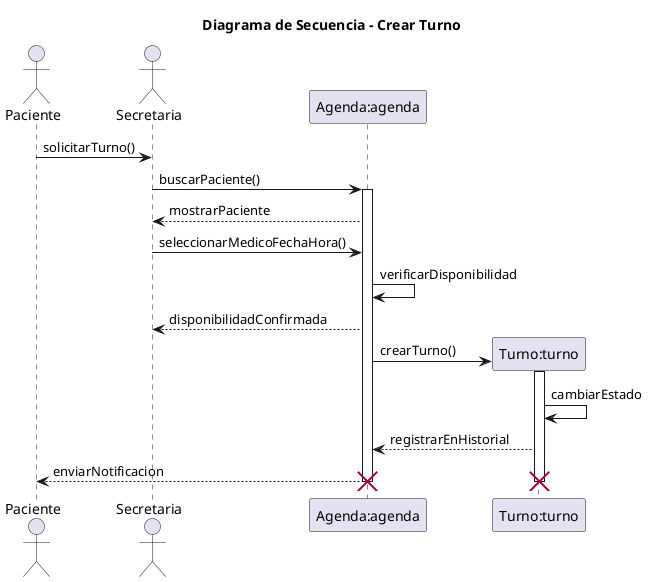
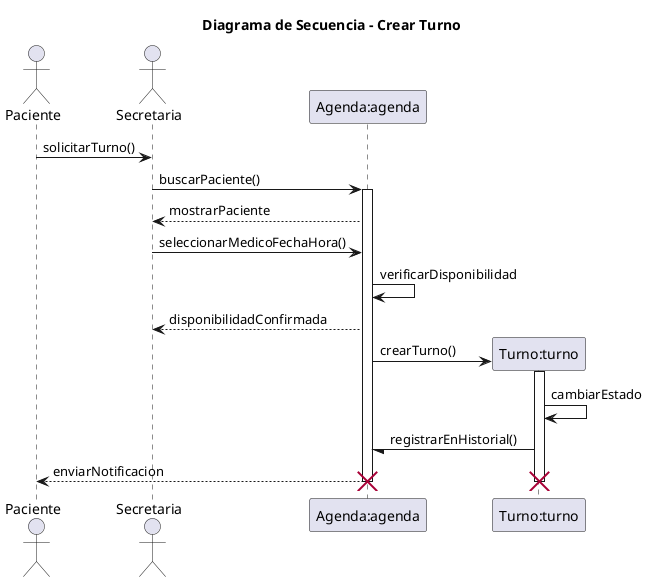
@startuml 05-secuencia-crear-turno-01

title Diagrama de Secuencia - Crear Turno
' Nombre del escenario: Crear Turno - Flujo Principal
' Archivo: diagramas/03-escenarios-casos-de-uso/03-crear-turno-flujo-principal.md
' Objetivo: Representar la creación exitosa de un turno de control médico, involucrando secretaria, paciente y sistema, basado en responsabilidades de CRC (Secretaria gestiona turnos, Agenda registra disponibilidad, Turno asigna a paciente y médico).

actor Paciente as paciente
actor Secretaria as secretaria
participant "Agenda:agenda" as agenda
participant "Turno:turno" as turno

paciente -> secretaria: solicitarTurno()

secretaria -> agenda: buscarPaciente()
activate agenda

agenda --> secretaria: mostrarPaciente
secretaria -> agenda: seleccionarMedicoFechaHora()

agenda -> agenda: verificarDisponibilidad
agenda --> secretaria: disponibilidadConfirmada

create turno
agenda -> turno: crearTurno()
activate turno

turno -> turno: cambiarEstado
- turno --> agenda: registrarEnHistorial
+ turno -/ agenda: registrarEnHistorial()

agenda --> paciente: enviarNotificacion

deactivate turno
deactivate agenda

destroy turno
destroy agenda

@enduml